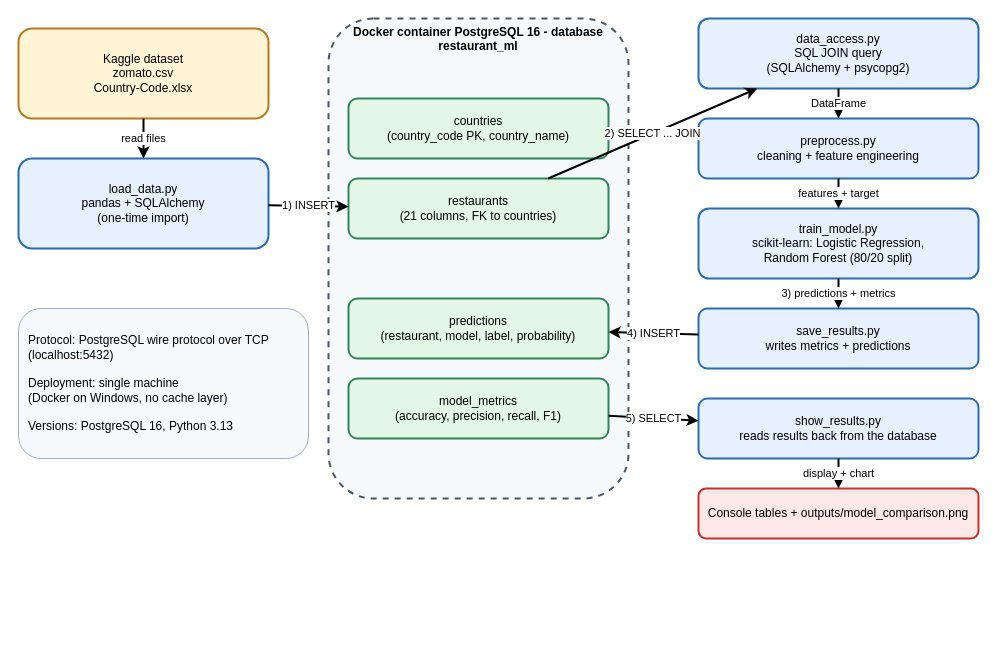
Before: docs/architecture_diagram.drawio in buyukbayraktaraleyna-cloud/restaurant-ml-project, a draw.io diagram. Source tidied: cells renumbered, new cells numbered last; positions are measured from the earlier drawing's top-left corner, leaving out a move shared by most shapes. Both pictures are drawn from the tidied source at 100%, with x=0, y=0 at pixel (18, 18).
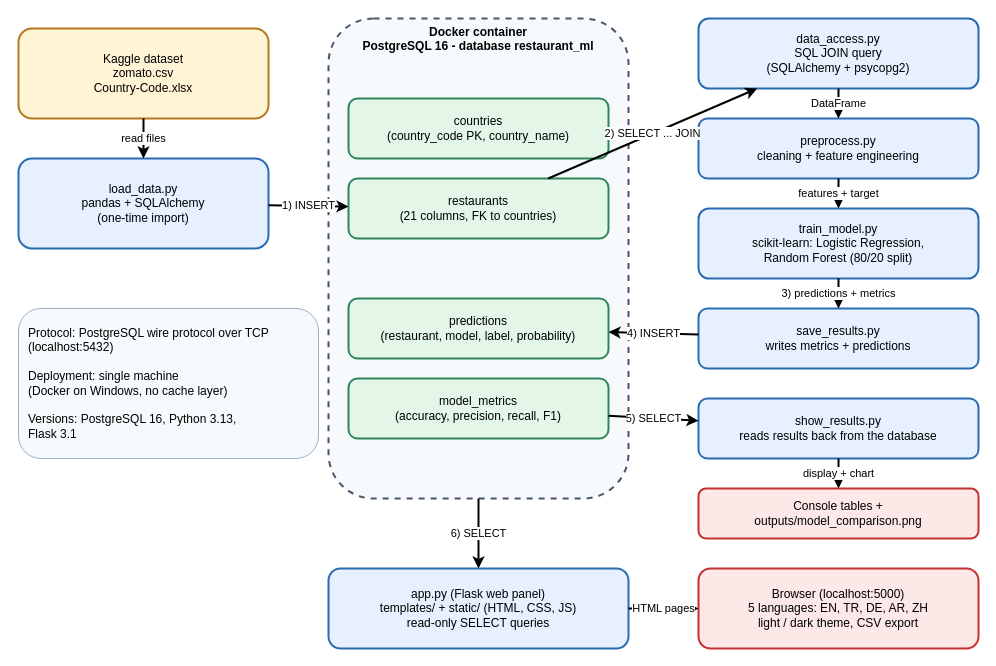
The same diagram, later.

Commit message:
Update architecture diagram with web panel

Diff of the diagram source:
```diff
@@
-    <mxCell id="2" value="Docker container PostgreSQL 16 - database restaurant_ml" style="rounded=1;whiteSpace=wrap;dashed=1;fillColor=#F7FAFC;strokeColor=#4A5568;verticalAlign=top;fontStyle=1;strokeWidth=2;" parent="1" vertex="1">
+    <mxCell id="2" value="Docker container&#10;PostgreSQL 16 - database restaurant_ml" style="rounded=1;whiteSpace=wrap;dashed=1;fillColor=#F7FAFC;strokeColor=#4A5568;verticalAlign=top;fontStyle=1;strokeWidth=2;" parent="1" vertex="1">
       <mxGeometry x="310" width="300" height="480" as="geometry" />
     </mxCell>
@@
-    <mxCell id="14" value="Console tables + outputs/model_comparison.png" style="rounded=1;whiteSpace=wrap;fillColor=#FDE8E8;strokeColor=#C53030;strokeWidth=2;" parent="1" vertex="1">
+    <mxCell id="14" value="Console tables +&#10;outputs/model_comparison.png" style="rounded=1;whiteSpace=wrap;fillColor=#FDE8E8;strokeColor=#C53030;strokeWidth=2;" parent="1" vertex="1">
       <mxGeometry x="680" y="470" width="280" height="50" as="geometry" />
     </mxCell>
@@
+    <mxCell id="25" value="app.py (Flask web panel)&#10;templates/ + static/ (HTML, CSS, JS)&#10;read-only SELECT queries" style="rounded=1;whiteSpace=wrap;fillColor=#E6F0FF;strokeColor=#2B6CB0;strokeWidth=2;" parent="1" vertex="1">
+      <mxGeometry x="310" y="550" width="300" height="80" as="geometry" />
+    </mxCell>
+    <mxCell id="26" value="Browser (localhost:5000)&#10;5 languages: EN, TR, DE, AR, ZH&#10;light / dark theme, CSV export" style="rounded=1;whiteSpace=wrap;fillColor=#FDE8E8;strokeColor=#C53030;strokeWidth=2;" parent="1" vertex="1">
+      <mxGeometry x="680" y="550" width="280" height="80" as="geometry" />
+    </mxCell>
+    <mxCell id="27" value="6) SELECT" style="endArrow=classic;html=1;strokeWidth=2;" parent="1" edge="1" source="2" target="25">
+      <mxGeometry relative="1" as="geometry" />
+    </mxCell>
+    <mxCell id="28" value="HTML pages" style="endArrow=classic;html=1;strokeWidth=2;" parent="1" edge="1" source="25" target="26">
+      <mxGeometry relative="1" as="geometry" />
+    </mxCell>
-    <mxCell id="24" value="Protocol: PostgreSQL wire protocol over TCP&#10;(localhost:5432)&#10;&#10;Deployment: single machine&#10;(Docker on Windows, no cache layer)&#10;&#10;Versions: PostgreSQL 16, Python 3.13" style="rounded=1;whiteSpace=wrap;align=left;fillColor=#F7FAFC;strokeColor=#A0AEC0;spacingLeft=8;" parent="1" vertex="1">
-      <mxGeometry y="290" width="290" height="150" as="geometry" />
+    <mxCell id="24" value="Protocol: PostgreSQL wire protocol over TCP&#10;(localhost:5432)&#10;&#10;Deployment: single machine&#10;(Docker on Windows, no cache layer)&#10;&#10;Versions: PostgreSQL 16, Python 3.13,&#10;Flask 3.1" style="rounded=1;whiteSpace=wrap;align=left;fillColor=#F7FAFC;strokeColor=#A0AEC0;spacingLeft=8;" parent="1" vertex="1">
+      <mxGeometry y="290" width="300" height="150" as="geometry" />
     </mxCell>
```
